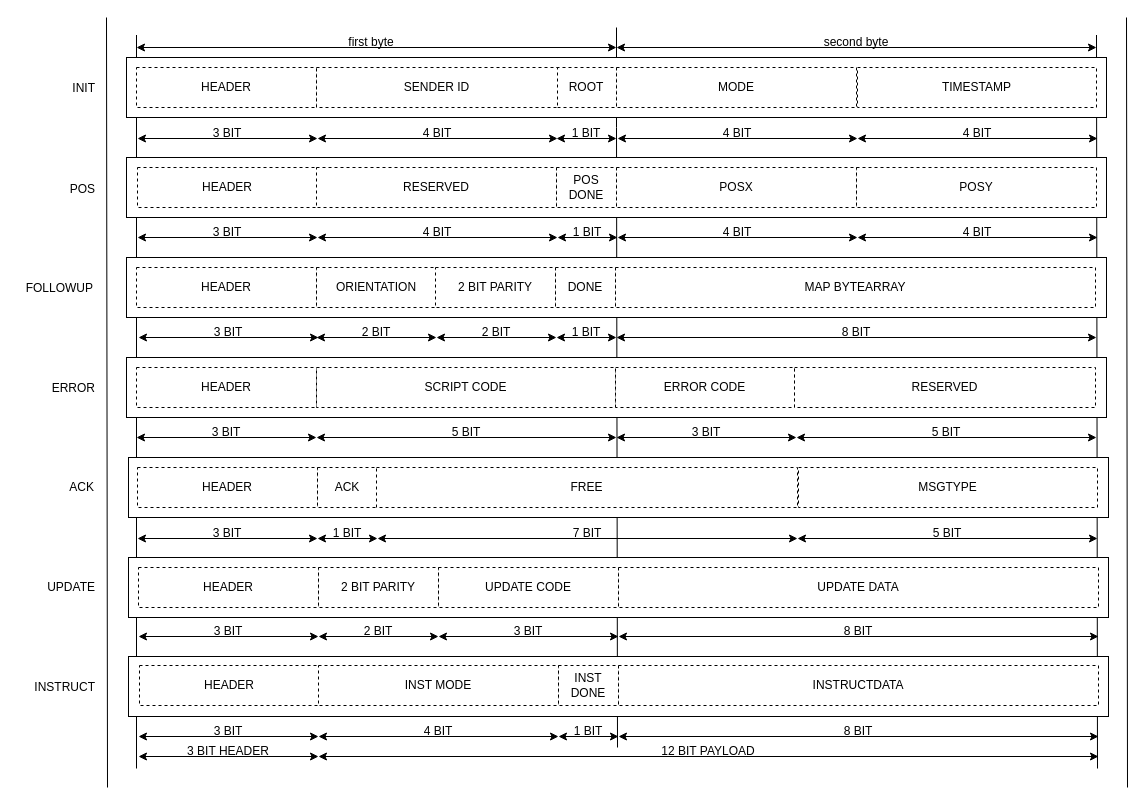
This is diagramsDrawio/msgArchitecture.drawio from SophiagDotart/puzzlingRobots, a draw.io file, before an edit. Source tidied: cells renumbered, new cells numbered last; positions are measured from the earlier drawing's top-left corner, leaving out a move shared by most shapes. Both pictures are drawn from the tidied source at 100%, with x=0, y=0 at pixel (35, 17).
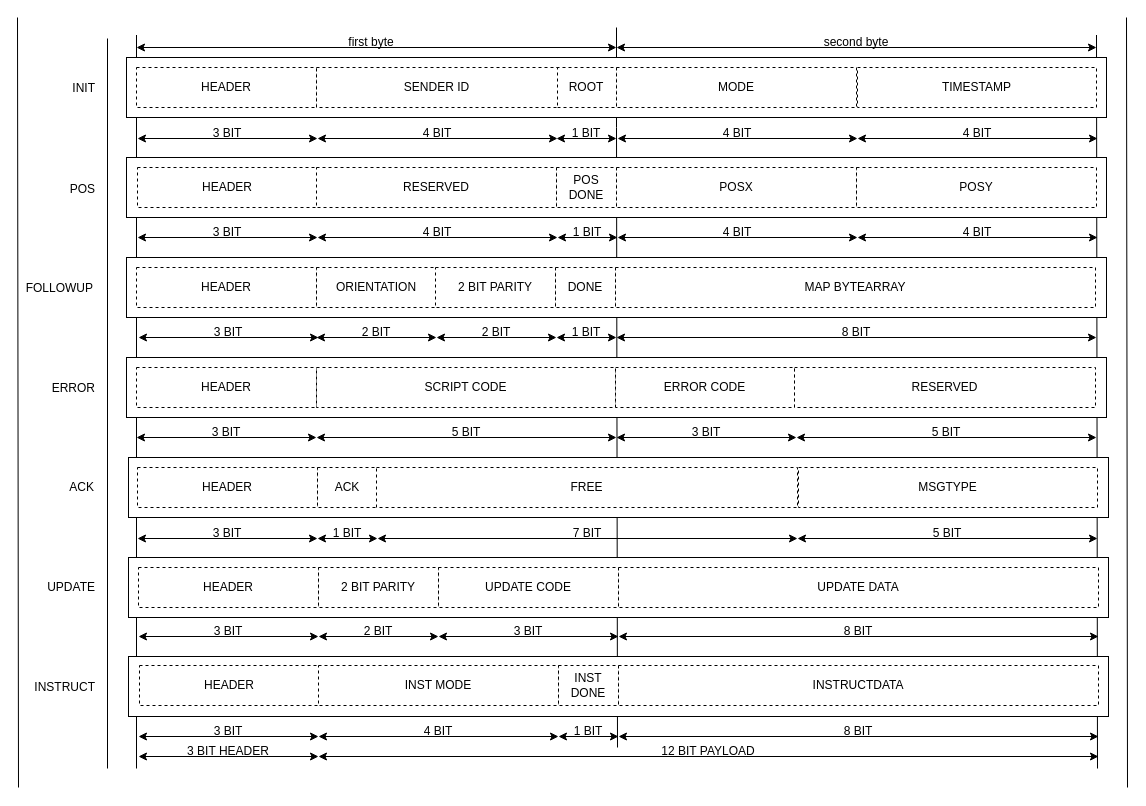
The same page after the edit.

Commit message (it also covers changes not shown here):
added stateDiagram and fixed typos in comments of err

Diff of the diagram source:
```diff
@@
     <mxCell id="5" style="endArrow=none;html=1;rounded=0;" parent="1" edge="1">
       <mxGeometry relative="1" as="geometry">
-        <mxPoint x="72" y="770" as="sourcePoint" />
-        <mxPoint x="71" as="targetPoint" />
+        <mxPoint x="72" y="751" as="sourcePoint" />
+        <mxPoint x="72" y="21" as="targetPoint" />
       </mxGeometry>
     </mxCell>
@@
+    <mxCell id="160" style="endArrow=none;html=1;rounded=0;" parent="1" edge="1">
+      <mxGeometry relative="1" as="geometry">
+        <mxPoint x="-17" y="770" as="sourcePoint" />
+        <mxPoint x="-18" as="targetPoint" />
+      </mxGeometry>
+    </mxCell>
```
